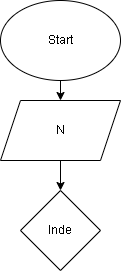
Earlier version of the draw.io export HomeWork01/Ex004/diagram.drawio.png (Den-m1985/CSharpProgect). Source tidied: cells renumbered, new cells last; positions are measured from the earlier drawing's top-left corner, leaving out a move shared by most shapes.
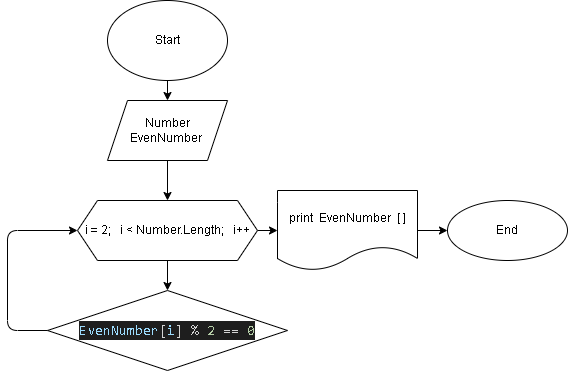
After the change.

Commit message:
Сделал задачку 4

What changed in the source:
```diff
@@ -8,14 +8,40 @@
     <mxCell id="3" value="Start" style="ellipse;whiteSpace=wrap;html=1;" parent="1" vertex="1">
       <mxGeometry width="120" height="80" as="geometry" />
     </mxCell>
+    <mxCell id="7" style="edgeStyle=none;html=1;" parent="1" edge="1" source="5" target="4">
+      <mxGeometry relative="1" as="geometry" />
+    </mxCell>
+    <mxCell id="5" value="Number&lt;br&gt;EvenNumber&amp;nbsp;" style="shape=parallelogram;perimeter=parallelogramPerimeter;whiteSpace=wrap;html=1;fixedSize=1;" parent="1" vertex="1">
+      <mxGeometry y="100" width="120" height="60" as="geometry" />
+    </mxCell>
+    <mxCell id="8" style="edgeStyle=none;html=1;" parent="1" edge="1" source="4" target="10">
+      <mxGeometry relative="1" as="geometry" />
+    </mxCell>
+    <mxCell id="9" style="edgeStyle=none;html=1;" parent="1" edge="1" source="4" target="12">
+      <mxGeometry relative="1" as="geometry" />
+    </mxCell>
-    <mxCell id="4" style="edgeStyle=none;html=1;" parent="1" edge="1" source="5" target="6">
-      <mxGeometry relative="1" as="geometry" />
+    <mxCell id="4" value="i = 2;&amp;nbsp; &amp;nbsp;i &amp;lt; Number.Length;&amp;nbsp; &amp;nbsp;i++" style="shape=hexagon;perimeter=hexagonPerimeter2;whiteSpace=wrap;html=1;fixedSize=1;" parent="1" vertex="1">
+      <mxGeometry x="-30" y="200" width="180" height="60" as="geometry" />
     </mxCell>
-    <mxCell id="5" value="N" style="shape=parallelogram;perimeter=parallelogramPerimeter;whiteSpace=wrap;html=1;fixedSize=1;" parent="1" vertex="1">
-      <mxGeometry y="100" width="120" height="60" as="geometry" />
-    </mxCell>
-    <mxCell id="6" value="Inde" style="rhombus;whiteSpace=wrap;html=1;" parent="1" vertex="1">
-      <mxGeometry x="20" y="190" width="80" height="80" as="geometry" />
-    </mxCell>
+    <mxCell id="10" value="&lt;div style=&quot;background-color: rgb(30 , 30 , 30) ; font-family: &amp;#34;consolas&amp;#34; , &amp;#34;courier new&amp;#34; , monospace ; font-size: 14px ; line-height: 19px&quot;&gt;&lt;font color=&quot;#9cdcfe&quot;&gt;EvenNumber&lt;/font&gt;&lt;span style=&quot;color: rgb(212 , 212 , 212)&quot;&gt;[&lt;span style=&quot;color: #9cdcfe&quot;&gt;i&lt;/span&gt;] % &lt;span style=&quot;color: #b5cea8&quot;&gt;2&lt;/span&gt; == &lt;span style=&quot;color: #b5cea8&quot;&gt;0&lt;/span&gt;&lt;/span&gt;&lt;/div&gt;" style="rhombus;whiteSpace=wrap;html=1;" parent="1" vertex="1">
+      <mxGeometry x="-60" y="290" width="240" height="80" as="geometry" />
+    </mxCell>
+    <mxCell id="11" style="edgeStyle=none;html=1;" parent="1" edge="1" source="12" target="13">
+      <mxGeometry relative="1" as="geometry" />
+    </mxCell>
+    <mxCell id="12" value="print&amp;nbsp; EvenNumber&amp;nbsp; [ ]" style="shape=document;whiteSpace=wrap;html=1;boundedLbl=1;" parent="1" vertex="1">
+      <mxGeometry x="170" y="190" width="140" height="80" as="geometry" />
+    </mxCell>
+    <mxCell id="13" value="End" style="ellipse;whiteSpace=wrap;html=1;" parent="1" vertex="1">
+      <mxGeometry x="340" y="200" width="120" height="60" as="geometry" />
+    </mxCell>
+    <mxCell id="14" style="endArrow=classic;html=1;exitX=0;exitY=0.5;exitDx=0;exitDy=0;entryX=0;entryY=0.5;entryDx=0;entryDy=0;" parent="1" edge="1" source="10" target="4">
+      <mxGeometry relative="1" as="geometry">
+        <Array as="points">
+          <mxPoint x="-100" y="330" />
+          <mxPoint x="-100" y="230" />
+        </Array>
+      </mxGeometry>
+    </mxCell>
   </root>
 </mxGraphModel>
```
